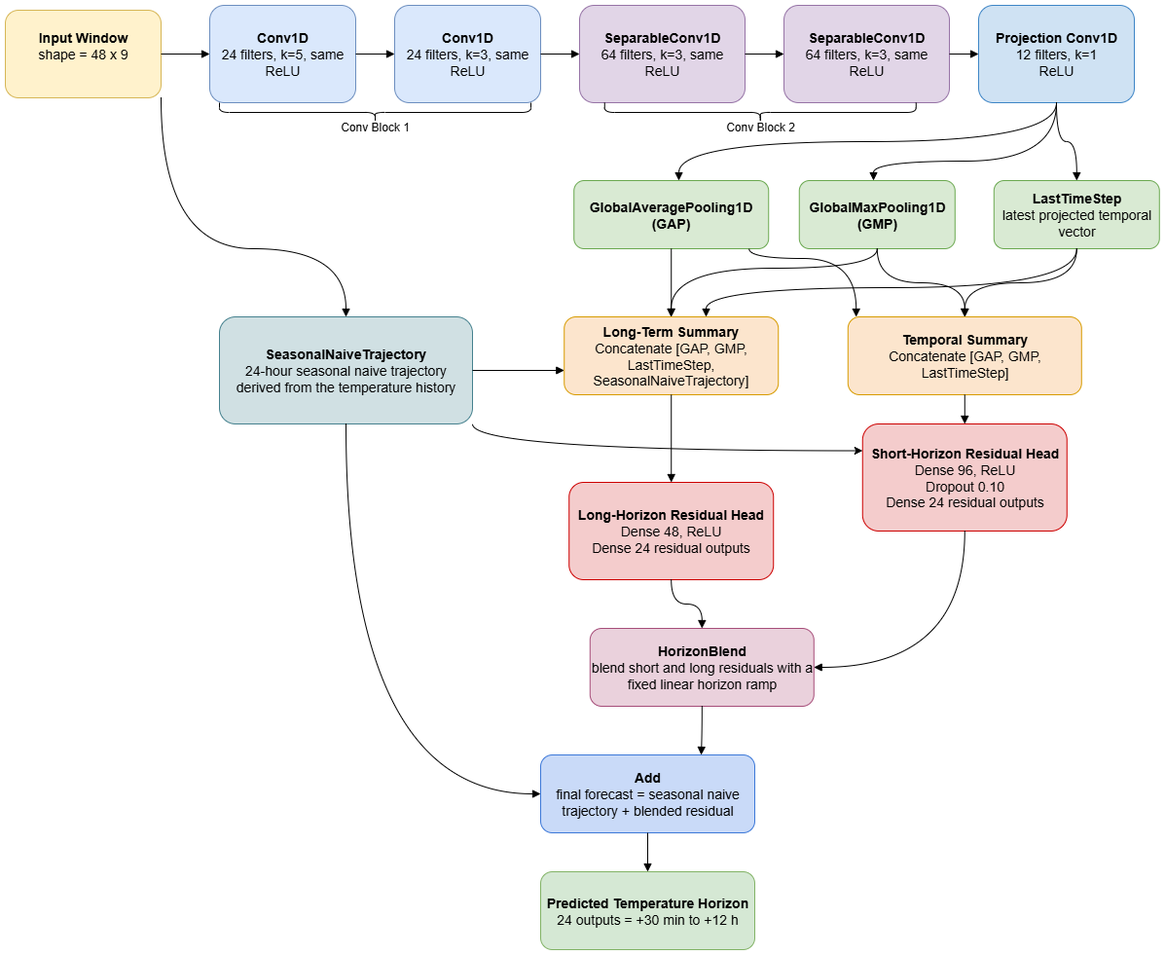
rishi-latchmepersad/TinyML-Home-Weather-Forecasting keeps this draw.io diagram as paper/tinyml_home_weather_forecasting-1D CNN Model.drawio.png. Above is the earlier version. Source tidied: cells renumbered, new cells last; positions are measured from the earlier drawing's top-left corner, leaving out a move shared by most shapes.
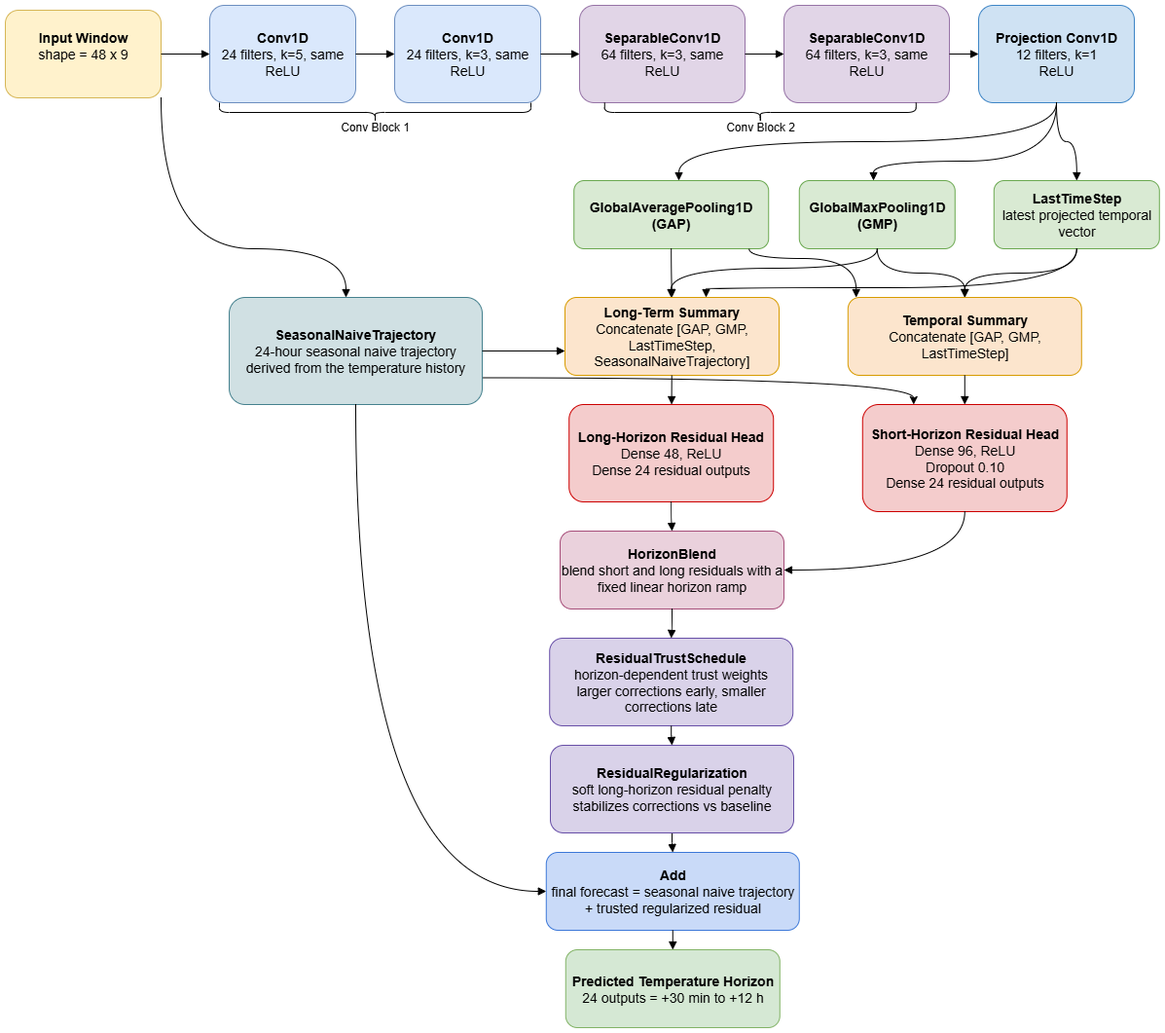
After the commit.

Diff of the diagram source:
```diff
@@ -30,31 +30,31 @@
       <mxGeometry x="1015.8" y="180" width="170" height="70" as="geometry" />
     </mxCell>
     <mxCell id="11" value="&lt;b&gt;Temporal Summary&lt;/b&gt;&lt;div&gt;Concatenate [GAP, GMP, LastTimeStep]&lt;/div&gt;" style="rounded=1;whiteSpace=wrap;html=1;fillColor=#fce5cd;strokeColor=#d79b00;fontSize=14;" parent="1" vertex="1">
-      <mxGeometry x="865.8" y="320" width="240" height="80" as="geometry" />
+      <mxGeometry x="865.8" y="300" width="240" height="80" as="geometry" />
     </mxCell>
     <mxCell id="12" value="&lt;b&gt;Short-Horizon Residual Head&lt;/b&gt;&lt;div&gt;Dense 96, ReLU&lt;/div&gt;&lt;div&gt;Dropout 0.10&lt;/div&gt;&lt;div&gt;Dense 24 residual outputs&lt;/div&gt;" style="rounded=1;whiteSpace=wrap;html=1;fillColor=#f4cccc;strokeColor=#cc0000;fontSize=14;" parent="1" vertex="1">
-      <mxGeometry x="880.8" y="430" width="210" height="110" as="geometry" />
+      <mxGeometry x="880.8" y="410" width="210" height="110" as="geometry" />
     </mxCell>
     <mxCell id="13" value="&lt;b&gt;Long-Term Summary&lt;/b&gt;&lt;div&gt;Concatenate [GAP, GMP, LastTimeStep, SeasonalNaiveTrajectory]&lt;/div&gt;" style="rounded=1;whiteSpace=wrap;html=1;fillColor=#fce5cd;strokeColor=#d79b00;fontSize=14;" parent="1" vertex="1">
-      <mxGeometry x="574.2" y="320" width="220" height="80" as="geometry" />
+      <mxGeometry x="575" y="300" width="220" height="80" as="geometry" />
     </mxCell>
     <mxCell id="14" value="&lt;b&gt;Long-Horizon Residual Head&lt;/b&gt;&lt;div&gt;Dense 48, ReLU&lt;/div&gt;&lt;div&gt;Dense 24 residual outputs&lt;/div&gt;" style="rounded=1;whiteSpace=wrap;html=1;fillColor=#f4cccc;strokeColor=#cc0000;fontSize=14;" parent="1" vertex="1">
-      <mxGeometry x="579.2" y="490" width="210" height="100" as="geometry" />
+      <mxGeometry x="579.2" y="410" width="210" height="100" as="geometry" />
     </mxCell>
     <mxCell id="15" value="&lt;b&gt;HorizonBlend&lt;/b&gt;&lt;div&gt;blend short and long residuals with a fixed linear horizon ramp&lt;/div&gt;" style="rounded=1;whiteSpace=wrap;html=1;fillColor=#ead1dc;strokeColor=#a64d79;fontSize=14;" parent="1" vertex="1">
-      <mxGeometry x="600.8" y="640" width="230" height="80" as="geometry" />
+      <mxGeometry x="570" y="540" width="230" height="80" as="geometry" />
     </mxCell>
-    <mxCell id="16" style="edgeStyle=orthogonalEdgeStyle;rounded=0;jettySize=auto;html=1;exitX=1;exitY=1;exitDx=0;exitDy=0;entryX=0;entryY=0.25;entryDx=0;entryDy=0;curved=1;" parent="1" edge="1" source="17" target="12">
+    <mxCell id="16" style="edgeStyle=orthogonalEdgeStyle;rounded=0;jettySize=auto;html=1;exitX=1;exitY=0.75;exitDx=0;exitDy=0;entryX=0.25;entryY=0;entryDx=0;entryDy=0;curved=1;" parent="1" edge="1" source="17" target="12">
       <mxGeometry relative="1" as="geometry" />
     </mxCell>
     <mxCell id="17" value="&lt;b&gt;SeasonalNaiveTrajectory&lt;/b&gt;&lt;div&gt;24-hour seasonal naive trajectory&lt;/div&gt;&lt;div&gt;derived from the temperature history&lt;/div&gt;" style="rounded=1;whiteSpace=wrap;html=1;fillColor=#d0e0e3;strokeColor=#45818e;fontSize=14;" parent="1" vertex="1">
-      <mxGeometry x="220" y="320" width="260" height="110" as="geometry" />
+      <mxGeometry x="230" y="300" width="260" height="110" as="geometry" />
     </mxCell>
-    <mxCell id="18" value="&lt;b&gt;Add&lt;/b&gt;&lt;div&gt;final forecast = seasonal naive trajectory + blended residual&lt;/div&gt;" style="rounded=1;whiteSpace=wrap;html=1;fillColor=#c9daf8;strokeColor=#3c78d8;fontSize=14;" parent="1" vertex="1">
-      <mxGeometry x="550" y="770" width="220" height="80" as="geometry" />
+    <mxCell id="18" value="&lt;b&gt;Add&lt;/b&gt;&lt;div&gt;final forecast = seasonal naive trajectory + trusted regularized residual&lt;/div&gt;" style="rounded=1;whiteSpace=wrap;html=1;fillColor=#c9daf8;strokeColor=#3c78d8;fontSize=14;" parent="1" vertex="1">
+      <mxGeometry x="555.8" y="870" width="260" height="80" as="geometry" />
     </mxCell>
     <mxCell id="19" value="&lt;b&gt;Predicted Temperature Horizon&lt;/b&gt;&lt;div&gt;24 outputs = +30 min to +12 h&lt;/div&gt;" style="rounded=1;whiteSpace=wrap;html=1;fillColor=#d5e8d4;strokeColor=#82b366;fontSize=14;" parent="1" vertex="1">
-      <mxGeometry x="550" y="890" width="220" height="80" as="geometry" />
+      <mxGeometry x="575.8" y="970" width="220" height="80" as="geometry" />
     </mxCell>
     <mxCell id="20" style="endArrow=block;html=1;rounded=0;strokeColor=#000000;edgeStyle=orthogonalEdgeStyle;curved=1;" parent="1" edge="1" source="2" target="3">
       <mxGeometry relative="1" as="geometry" />
@@ -154,12 +154,24 @@
     <mxCell id="40" style="endArrow=block;html=1;rounded=0;strokeColor=#000000;edgeStyle=orthogonalEdgeStyle;entryX=0;entryY=0.5;entryDx=0;entryDy=0;elbow=vertical;curved=1;exitX=0.5;exitY=1;exitDx=0;exitDy=0;" parent="1" edge="1" source="17" target="18">
       <mxGeometry relative="1" as="geometry" />
     </mxCell>
-    <mxCell id="41" style="endArrow=block;html=1;rounded=0;strokeColor=#000000;entryX=0.75;entryY=0;entryDx=0;entryDy=0;edgeStyle=orthogonalEdgeStyle;curved=1;" parent="1" edge="1" source="15" target="18">
+    <mxCell id="41" style="endArrow=block;html=1;rounded=0;strokeColor=#000000;entryX=0.5;entryY=0;entryDx=0;entryDy=0;edgeStyle=orthogonalEdgeStyle;curved=1;" parent="1" edge="1" source="48" target="18">
       <mxGeometry relative="1" as="geometry" />
     </mxCell>
     <mxCell id="42" style="endArrow=block;html=1;rounded=0;strokeColor=#000000;" parent="1" edge="1" source="18" target="19">
       <mxGeometry relative="1" as="geometry" />
     </mxCell>
+    <mxCell id="47" value="&lt;b&gt;ResidualTrustSchedule&lt;/b&gt;&lt;div&gt;horizon-dependent trust weights&lt;/div&gt;&lt;div&gt;larger corrections early, smaller corrections late&lt;/div&gt;" style="rounded=1;whiteSpace=wrap;html=1;fillColor=#d9d2e9;strokeColor=#674ea7;fontSize=14;" parent="1" vertex="1">
+      <mxGeometry x="559.2" y="650" width="250" height="90" as="geometry" />
+    </mxCell>
+    <mxCell id="48" value="&lt;b&gt;ResidualRegularization&lt;/b&gt;&lt;div&gt;soft long-horizon residual penalty&lt;/div&gt;&lt;div&gt;stabilizes corrections vs baseline&lt;/div&gt;" style="rounded=1;whiteSpace=wrap;html=1;fillColor=#d9d2e9;strokeColor=#674ea7;fontSize=14;" parent="1" vertex="1">
+      <mxGeometry x="560" y="760" width="250" height="90" as="geometry" />
+    </mxCell>
+    <mxCell id="49" style="endArrow=block;html=1;rounded=0;strokeColor=#000000;edgeStyle=orthogonalEdgeStyle;curved=1;" parent="1" edge="1" source="15" target="47">
+      <mxGeometry relative="1" as="geometry" />
+    </mxCell>
+    <mxCell id="50" style="endArrow=block;html=1;rounded=0;strokeColor=#000000;edgeStyle=orthogonalEdgeStyle;curved=1;" parent="1" edge="1" source="47" target="48">
+      <mxGeometry relative="1" as="geometry" />
+    </mxCell>
     <mxCell id="43" style="shape=curlyBracket;whiteSpace=wrap;html=1;rounded=1;labelPosition=left;verticalLabelPosition=middle;align=right;verticalAlign=middle;rotation=-180;direction=south;" parent="1" vertex="1">
       <mxGeometry x="220" y="100" width="320" height="20" as="geometry" />
     </mxCell>
```
